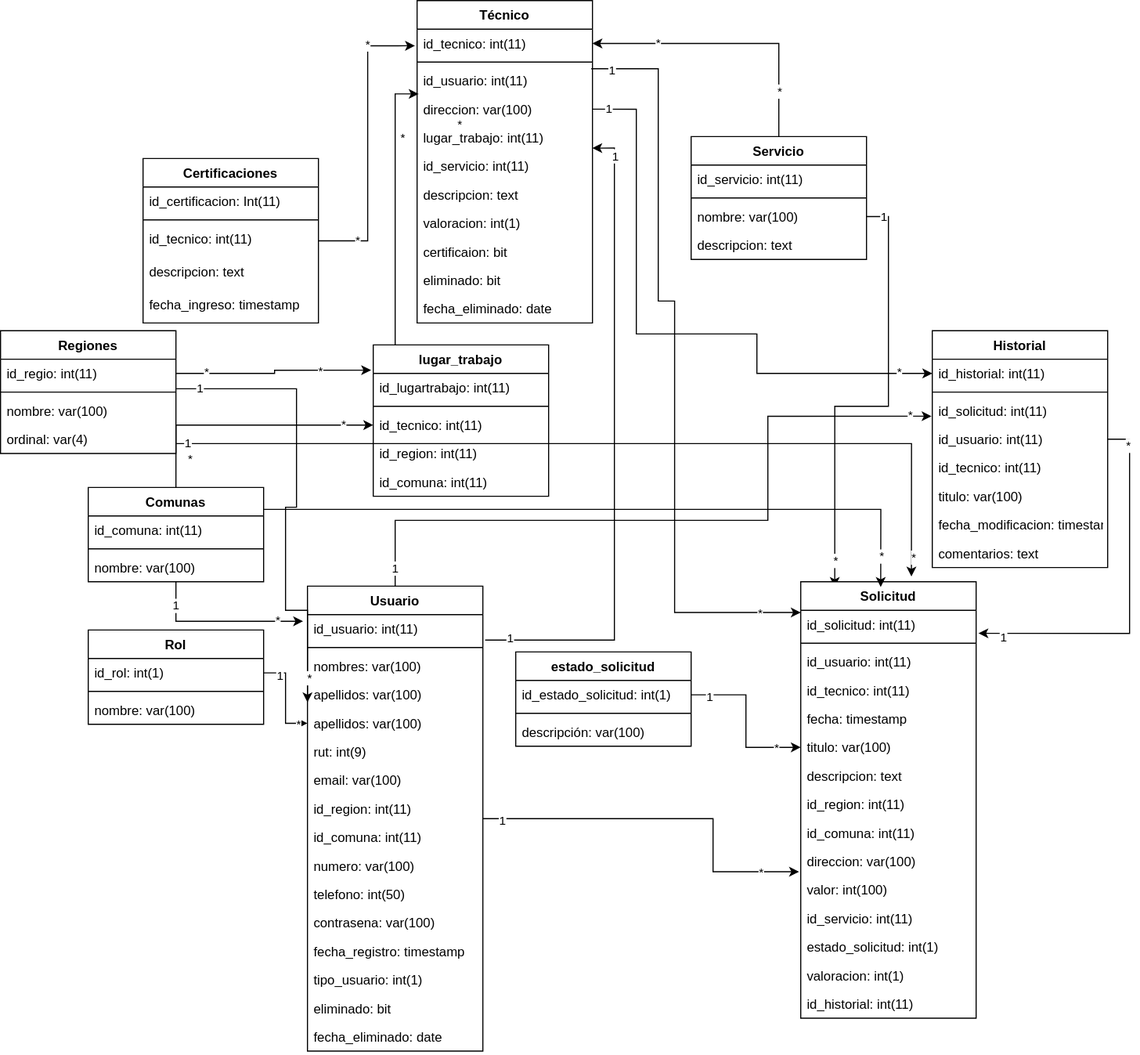
The draw.io diagram DB/Modelos de datos/ServiScope - BD-modeloFisico.svg in sfonsecagu/RespaldoServiScope, before a commit. Source tidied: cells renumbered, new cells last; positions are measured from the earlier drawing's top-left corner, leaving out a move shared by most shapes.
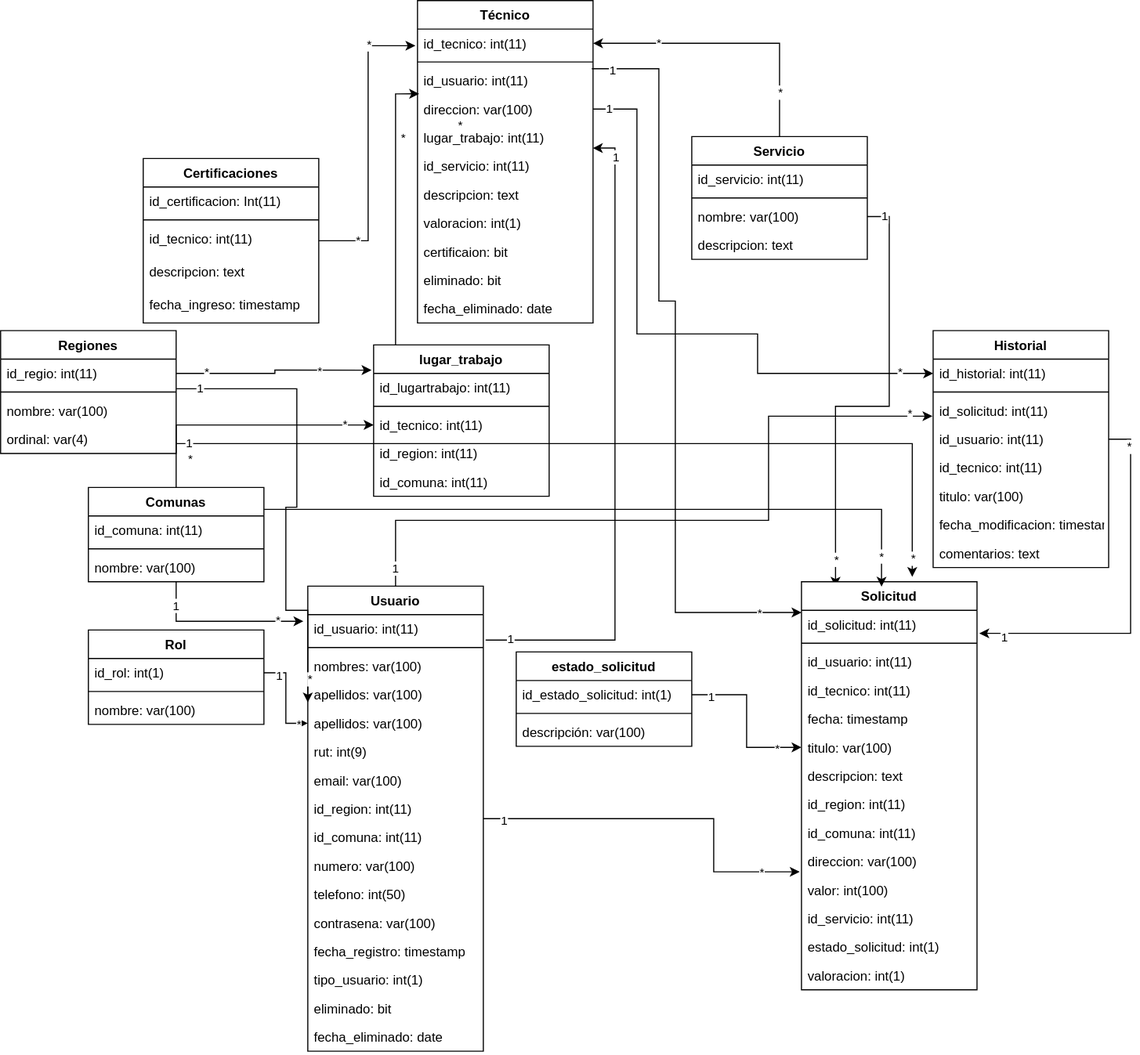
Later version of the same file.

The edit, as a diff of the source:
```diff
@@ -317,7 +317,7 @@
       <mxGeometry y="112" width="160" height="26" as="geometry" />
     </mxCell>
     <mxCell id="90" value="Solicitud" style="swimlane;fontStyle=1;align=center;verticalAlign=top;horizontal=1;startSize=26;" parent="1" vertex="1">
-      <mxGeometry x="730" y="530" width="160" height="398" as="geometry" />
+      <mxGeometry x="730" y="530" width="160" height="372" as="geometry" />
     </mxCell>
     <mxCell id="91" value="id_solicitud: int(11)" style="text;strokeColor=none;fillColor=none;align=left;verticalAlign=top;spacingLeft=4;spacingRight=4;overflow=hidden;points=[[0,0.5],[1,0.5]];portConstraint=eastwest;" parent="90" vertex="1">
       <mxGeometry y="26" width="160" height="26" as="geometry" />
@@ -361,9 +361,6 @@
     <mxCell id="104" value="valoracion: int(1)" style="text;strokeColor=none;fillColor=none;align=left;verticalAlign=top;spacingLeft=4;spacingRight=4;overflow=hidden;" parent="90" vertex="1">
       <mxGeometry y="346" width="160" height="26" as="geometry" />
     </mxCell>
-    <mxCell id="105" value="id_historial: int(11)" style="text;strokeColor=none;fillColor=none;align=left;verticalAlign=top;spacingLeft=4;spacingRight=4;overflow=hidden;" parent="90" vertex="1">
-      <mxGeometry y="372" width="160" height="26" as="geometry" />
-    </mxCell>
     <mxCell id="106" style="edgeStyle=orthogonalEdgeStyle;rounded=0;jettySize=auto;html=1;entryX=0.456;entryY=0.012;entryDx=0;entryDy=0;entryPerimeter=0;" parent="1" edge="1" source="115" target="90">
       <mxGeometry relative="1" as="geometry">
         <Array as="points">
```
